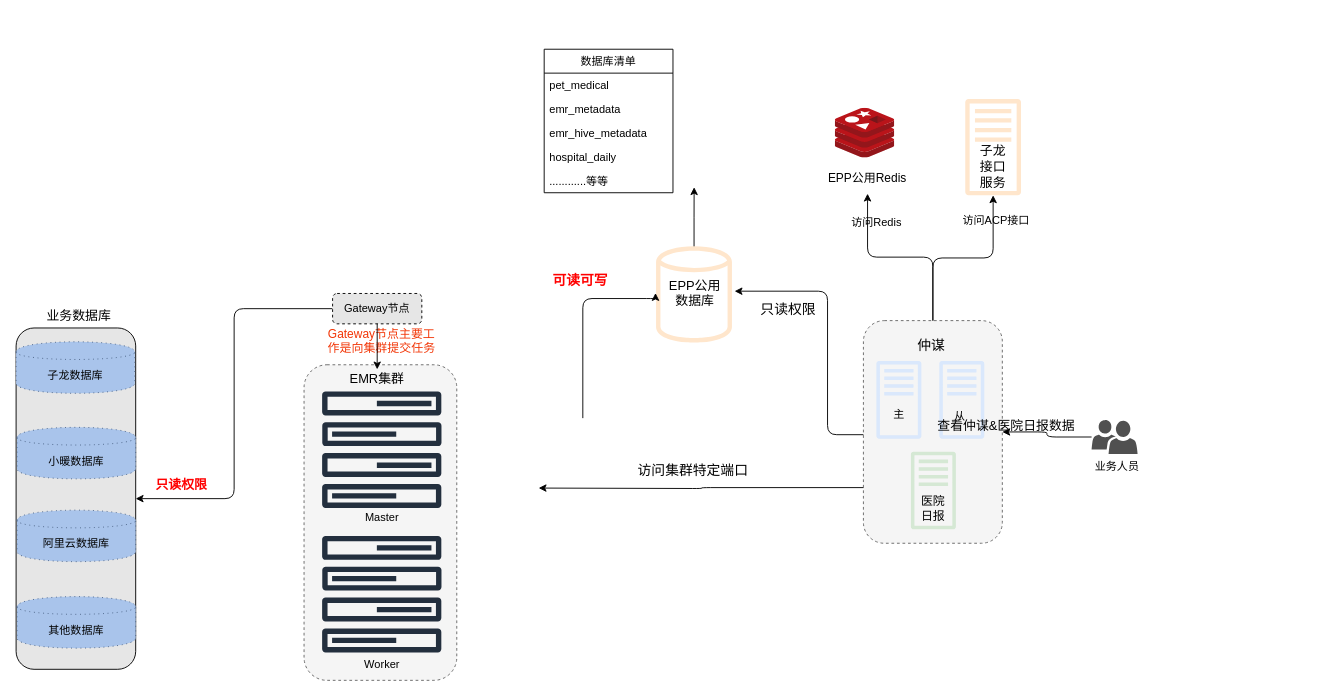
fangzheng0518/draw keeps this draw.io diagram as pet_data_warehouse/EMR数据库访问图.drawio. Above is the earlier version. Source tidied: cells renumbered, new cells numbered last; positions are measured from the earlier drawing's top-left corner, leaving out a move shared by most shapes. Both pictures are drawn from the tidied source at 92%, with x=0, y=0 at pixel (16, 49).
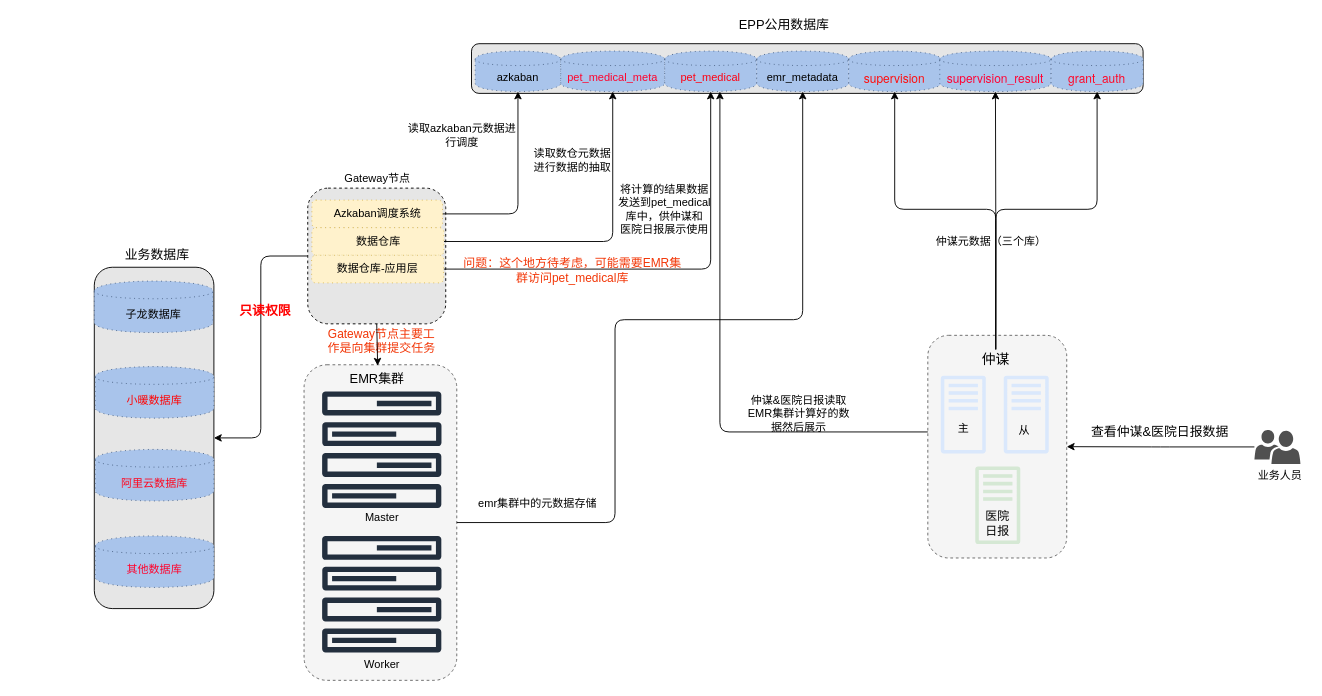
Above is the later version.

Commit message (it also covers changes not shown here):
更新EMR数据库访问图.drawio

Unchanged cells that the change refers to:
```xml
<mxCell id="12" style="rounded=1;whiteSpace=wrap;html=1;dashed=1;fillColor=#f5f5f5;strokeColor=#666666;fontColor=#333333;" parent="11" vertex="1">
  <mxGeometry width="151" height="242" as="geometry" />
</mxCell>
<mxCell id="17" value="&lt;font style=&quot;font-size: 15px&quot;&gt;仲谋&lt;/font&gt;" style="text;html=1;strokeColor=none;fillColor=none;align=center;verticalAlign=middle;whiteSpace=wrap;rounded=0;dashed=1;" parent="14" vertex="1">
  <mxGeometry x="38" width="43.5" height="21.9" as="geometry" />
</mxCell>
<mxCell id="51" style="rounded=1;whiteSpace=wrap;html=1;dashed=1;fillColor=#f5f5f5;strokeColor=#666666;fontColor=#333333;" parent="50" vertex="1">
  <mxGeometry width="166" height="343" as="geometry" />
</mxCell>
<mxCell id="52" value="&lt;font style=&quot;font-size: 14px&quot;&gt;EMR集群&lt;/font&gt;" style="text;html=1;strokeColor=none;fillColor=none;align=center;verticalAlign=middle;whiteSpace=wrap;rounded=0;dashed=1;" parent="50" vertex="1">
  <mxGeometry x="45" y="5" width="69" height="20" as="geometry" />
</mxCell>
```

The edit, as a diff of the source:
```diff
@@
-    <mxCell id="2" style="group;" parent="1" vertex="1">
-      <mxGeometry x="1019" y="54" width="86" height="105" as="geometry" />
-    </mxCell>
-    <mxCell id="3" style="outlineConnect=0;fillColor=#ffe6cc;strokeColor=#d79b00;dashed=0;verticalLabelPosition=bottom;verticalAlign=top;align=center;html=1;fontSize=12;fontStyle=0;shape=mxgraph.aws4.traditional_server;" parent="2" vertex="1">
-      <mxGeometry x="12.7" width="60.6" height="105" as="geometry" />
-    </mxCell>
-    <mxCell id="4" value="&lt;font style=&quot;font-size: 14px&quot;&gt;子龙&lt;br&gt;接口&lt;br&gt;服务&lt;/font&gt;" style="text;html=1;strokeColor=none;fillColor=none;align=center;verticalAlign=middle;whiteSpace=wrap;rounded=0;dashed=1;" parent="2" vertex="1">
-      <mxGeometry y="64" width="86" height="20" as="geometry" />
-    </mxCell>
@@
     <mxCell id="6" value="&lt;font size=&quot;1&quot; color=&quot;#ff0000&quot;&gt;&lt;b style=&quot;font-size: 14px&quot;&gt;只读权限&lt;/b&gt;&lt;/font&gt;" style="text;html=1;strokeColor=none;fillColor=none;align=center;verticalAlign=middle;whiteSpace=wrap;rounded=0;dashed=1;" parent="1" vertex="1">
-      <mxGeometry x="144" y="463.5" width="72" height="20" as="geometry" />
+      <mxGeometry x="235" y="274" width="72" height="20" as="geometry" />
     </mxCell>
-    <mxCell id="7" style="group;" parent="1" vertex="1">
-      <mxGeometry x="695" y="212" width="86" height="109" as="geometry" />
-    </mxCell>
-    <mxCell id="8" style="group;" parent="7" vertex="1">
-      <mxGeometry width="86" height="109" as="geometry" />
-    </mxCell>
-    <mxCell id="9" style="outlineConnect=0;fillColor=#ffe6cc;strokeColor=#d79b00;dashed=0;verticalLabelPosition=bottom;verticalAlign=top;align=center;html=1;fontSize=12;fontStyle=0;shape=mxgraph.aws4.generic_database;" parent="8" vertex="1">
-      <mxGeometry x="0.6" width="82.5" height="109" as="geometry" />
-    </mxCell>
-    <mxCell id="10" value="&lt;span style=&quot;font-size: 14px&quot;&gt;EPP公用&lt;br&gt;数据库&lt;/span&gt;" style="text;html=1;strokeColor=none;fillColor=none;align=center;verticalAlign=middle;whiteSpace=wrap;rounded=0;dashed=1;" parent="8" vertex="1">
-      <mxGeometry y="43" width="86" height="20" as="geometry" />
-    </mxCell>
     <mxCell id="11" style="group;" parent="1" vertex="1">
-      <mxGeometry x="921" y="295" width="151" height="242" as="geometry" />
+      <mxGeometry x="991" y="311" width="151" height="242" as="geometry" />
     </mxCell>
@@
-    <mxCell id="23" style="group;" parent="1" vertex="1">
-      <mxGeometry x="877" y="64" width="97" height="93" as="geometry" />
-    </mxCell>
-    <mxCell id="24" style="html=1;align=center;image;fontSize=12;image=img/lib/mscae/Cache_Redis_Product.svg;dashed=1;" parent="23" vertex="1">
-      <mxGeometry x="13.4" width="64.6" height="54.3" as="geometry" />
-    </mxCell>
-    <mxCell id="25" value="&lt;font style=&quot;font-size: 13px&quot;&gt;EPP公用Redis&lt;/font&gt;" style="text;html=1;strokeColor=none;fillColor=none;align=center;verticalAlign=middle;whiteSpace=wrap;rounded=0;dashed=1;" parent="23" vertex="1">
-      <mxGeometry y="58.1" width="97" height="34.9" as="geometry" />
-    </mxCell>
-    <mxCell id="26" value="&lt;font style=&quot;font-size: 15px&quot; color=&quot;#ff0000&quot;&gt;&lt;b&gt;可读可写&lt;/b&gt;&lt;/font&gt;" style="text;html=1;strokeColor=none;fillColor=none;align=center;verticalAlign=middle;whiteSpace=wrap;rounded=0;dashed=1;" parent="1" vertex="1">
-      <mxGeometry x="574" y="241" width="79" height="20" as="geometry" />
-    </mxCell>
-    <mxCell id="27" style="edgeStyle=orthogonalEdgeStyle;rounded=1;jettySize=auto;html=1;entryX=0.5;entryY=1;entryDx=0;entryDy=0;" parent="1" edge="1" source="12" target="25">
-      <mxGeometry relative="1" as="geometry" />
-    </mxCell>
-    <mxCell id="28" style="edgeStyle=orthogonalEdgeStyle;rounded=1;jettySize=auto;html=1;" parent="1" edge="1" source="12" target="3">
-      <mxGeometry relative="1" as="geometry" />
-    </mxCell>
-    <mxCell id="29" value="访问ACP接口" style="text;html=1;strokeColor=none;fillColor=none;align=center;verticalAlign=middle;whiteSpace=wrap;rounded=0;dashed=1;" parent="1" vertex="1">
-      <mxGeometry x="1026" y="177" width="79" height="20" as="geometry" />
-    </mxCell>
-    <mxCell id="30" value="&lt;font style=&quot;font-size: 15px&quot;&gt;只读权限&lt;/font&gt;" style="text;html=1;strokeColor=none;fillColor=none;align=center;verticalAlign=middle;whiteSpace=wrap;rounded=0;dashed=1;" parent="1" vertex="1">
-      <mxGeometry x="805" y="272" width="69" height="20" as="geometry" />
-    </mxCell>
-    <mxCell id="31" value="&lt;font style=&quot;font-size: 15px&quot;&gt;访问集群特定端口&lt;/font&gt;" style="text;html=1;strokeColor=none;fillColor=none;align=center;verticalAlign=middle;whiteSpace=wrap;rounded=0;" parent="1" vertex="1">
-      <mxGeometry x="667" y="447" width="138" height="20" as="geometry" />
-    </mxCell>
-    <mxCell id="32" style="edgeStyle=orthogonalEdgeStyle;rounded=1;jettySize=auto;html=1;exitX=0;exitY=0.75;exitDx=0;exitDy=0;" parent="1" edge="1" source="12">
-      <mxGeometry relative="1" as="geometry">
-        <mxPoint x="568" y="477" as="targetPoint" />
-      </mxGeometry>
-    </mxCell>
-    <mxCell id="33" value="数据库清单" style="swimlane;fontStyle=0;horizontal=1;startSize=26;fillColor=none;" parent="1" vertex="1">
-      <mxGeometry x="574" width="140" height="156" as="geometry" />
-    </mxCell>
-    <mxCell id="34" value="pet_medical" style="text;strokeColor=none;fillColor=none;align=left;verticalAlign=top;spacingLeft=4;spacingRight=4;overflow=hidden;points=[[0,0.5],[1,0.5]];portConstraint=eastwest;" parent="33" vertex="1">
-      <mxGeometry y="26" width="140" height="26" as="geometry" />
-    </mxCell>
-    <mxCell id="35" value="emr_metadata" style="text;strokeColor=none;fillColor=none;align=left;verticalAlign=top;spacingLeft=4;spacingRight=4;overflow=hidden;points=[[0,0.5],[1,0.5]];portConstraint=eastwest;" parent="33" vertex="1">
-      <mxGeometry y="52" width="140" height="26" as="geometry" />
-    </mxCell>
-    <mxCell id="36" value="emr_hive_metadata" style="text;strokeColor=none;fillColor=none;align=left;verticalAlign=top;spacingLeft=4;spacingRight=4;overflow=hidden;" parent="33" vertex="1">
-      <mxGeometry y="78" width="140" height="26" as="geometry" />
-    </mxCell>
-    <mxCell id="37" value="hospital_daily&#10;" style="text;strokeColor=none;fillColor=none;align=left;verticalAlign=top;spacingLeft=4;spacingRight=4;overflow=hidden;" parent="33" vertex="1">
-      <mxGeometry y="104" width="140" height="26" as="geometry" />
-    </mxCell>
-    <mxCell id="38" value="............等等" style="text;strokeColor=none;fillColor=none;align=left;verticalAlign=top;spacingLeft=4;spacingRight=4;overflow=hidden;" parent="33" vertex="1">
-      <mxGeometry y="130" width="140" height="26" as="geometry" />
-    </mxCell>
-    <mxCell id="39" style="edgeStyle=orthogonalEdgeStyle;rounded=0;jettySize=auto;html=1;entryX=0.5;entryY=1;entryDx=0;entryDy=0;" parent="1" edge="1" source="9">
-      <mxGeometry relative="1" as="geometry">
-        <mxPoint x="737" y="150" as="targetPoint" />
-      </mxGeometry>
-    </mxCell>
@@
     <mxCell id="41" style="group;" parent="1" vertex="1">
-      <mxGeometry x="1169" y="403" width="56" height="60.5" as="geometry" />
+      <mxGeometry x="1346" y="413.8" width="56" height="60.5" as="geometry" />
     </mxCell>
@@
     <mxCell id="44" value="&lt;font style=&quot;font-size: 14px&quot;&gt;查看仲谋&amp;amp;医院日报数据&lt;/font&gt;" style="text;html=1;strokeColor=none;fillColor=none;align=center;verticalAlign=middle;whiteSpace=wrap;rounded=0;" parent="1" vertex="1">
-      <mxGeometry x="997" y="399" width="159" height="20" as="geometry" />
+      <mxGeometry x="1164" y="406" width="159" height="20" as="geometry" />
     </mxCell>
-    <mxCell id="45" value="访问Redis" style="text;html=1;strokeColor=none;fillColor=none;align=center;verticalAlign=middle;whiteSpace=wrap;rounded=0;dashed=1;" parent="1" vertex="1">
-      <mxGeometry x="903" y="179" width="65" height="20" as="geometry" />
-    </mxCell>
-    <mxCell id="46" style="edgeStyle=orthogonalEdgeStyle;rounded=1;jettySize=auto;html=1;entryX=0;entryY=0.5;entryDx=0;entryDy=0;" parent="1" edge="1" target="10">
-      <mxGeometry relative="1" as="geometry">
-        <mxPoint x="616" y="401" as="sourcePoint" />
-        <Array as="points">
-          <mxPoint x="616" y="401" />
-          <mxPoint x="616" y="271" />
-          <mxPoint x="695" y="271" />
-        </Array>
-      </mxGeometry>
-    </mxCell>
-    <mxCell id="47" style="edgeStyle=orthogonalEdgeStyle;rounded=1;orthogonalLoop=1;jettySize=auto;html=1;exitX=0;exitY=0.5;exitDx=0;exitDy=0;entryX=1;entryY=0.25;entryDx=0;entryDy=0;" parent="1" edge="1">
-      <mxGeometry relative="1" as="geometry">
-        <mxPoint x="921" y="419" as="sourcePoint" />
-        <mxPoint x="781" y="263" as="targetPoint" />
-        <Array as="points">
-          <mxPoint x="882" y="419" />
-          <mxPoint x="882" y="263" />
-        </Array>
-      </mxGeometry>
-    </mxCell>
@@
-    <mxCell id="49" value="Gateway节点" style="shape=ext;rounded=1;html=1;whiteSpace=wrap;dashed=1;fillColor=#E6E6E6;" parent="1" vertex="1">
-      <mxGeometry x="344" y="265.5" width="97" height="33" as="geometry" />
+    <mxCell id="49" style="shape=ext;rounded=1;html=1;whiteSpace=wrap;dashed=1;fillColor=#E6E6E6;" parent="1" vertex="1">
+      <mxGeometry x="317" y="151" width="150" height="147.5" as="geometry" />
     </mxCell>
@@
-    <mxCell id="57" style="endArrow=classic;html=1;exitX=0.5;exitY=1;exitDx=0;exitDy=0;entryX=0.5;entryY=0;entryDx=0;entryDy=0;" parent="1" edge="1" source="49" target="52">
-      <mxGeometry relative="1" as="geometry" />
+    <mxCell id="57" style="endArrow=classic;html=1;exitX=0.5;exitY=1;exitDx=0;exitDy=0;" parent="1" edge="1" source="49">
+      <mxGeometry relative="1" as="geometry">
+        <mxPoint x="393" y="344" as="targetPoint" />
+      </mxGeometry>
     </mxCell>
     <mxCell id="58" style="group;" parent="1" vertex="1">
-      <mxGeometry y="280" width="130" height="394" as="geometry" />
+      <mxGeometry x="85" y="214" width="130" height="394" as="geometry" />
     </mxCell>
@@
-    <mxCell id="62" value="小暖数据库" style="shape=cylinder;whiteSpace=wrap;html=1;boundedLbl=1;backgroundOutline=1;dashed=1;fillColor=#A9C4EB;dashPattern=1 4;strokeColor=#4C6487;" parent="58" vertex="1">
+    <mxCell id="62" value="&lt;font color=&quot;#ff0303&quot;&gt;小暖数据库&lt;/font&gt;" style="shape=cylinder;whiteSpace=wrap;html=1;boundedLbl=1;backgroundOutline=1;dashed=1;fillColor=#A9C4EB;dashPattern=1 4;strokeColor=#4C6487;" parent="58" vertex="1">
       <mxGeometry x="1" y="131" width="129" height="56" as="geometry" />
     </mxCell>
-    <mxCell id="63" value="阿里云数据库" style="shape=cylinder;whiteSpace=wrap;html=1;boundedLbl=1;backgroundOutline=1;dashed=1;fillColor=#A9C4EB;dashPattern=1 4;strokeColor=#4C6487;" parent="58" vertex="1">
+    <mxCell id="63" value="&lt;font color=&quot;#ff051e&quot;&gt;阿里云数据库&lt;/font&gt;" style="shape=cylinder;whiteSpace=wrap;html=1;boundedLbl=1;backgroundOutline=1;dashed=1;fillColor=#A9C4EB;dashPattern=1 4;strokeColor=#4C6487;" parent="58" vertex="1">
       <mxGeometry x="1" y="221" width="129" height="56" as="geometry" />
     </mxCell>
-    <mxCell id="64" value="其他数据库" style="shape=cylinder;whiteSpace=wrap;html=1;boundedLbl=1;backgroundOutline=1;dashed=1;fillColor=#A9C4EB;dashPattern=1 4;strokeColor=#4C6487;" parent="58" vertex="1">
+    <mxCell id="64" value="&lt;font color=&quot;#ff032d&quot;&gt;其他数据库&lt;/font&gt;" style="shape=cylinder;whiteSpace=wrap;html=1;boundedLbl=1;backgroundOutline=1;dashed=1;fillColor=#A9C4EB;dashPattern=1 4;strokeColor=#4C6487;" parent="58" vertex="1">
       <mxGeometry x="1" y="315" width="129" height="56" as="geometry" />
     </mxCell>
+    <mxCell id="65" style="rounded=1;whiteSpace=wrap;html=1;fillColor=#E6E6E6;" parent="1" vertex="1">
+      <mxGeometry x="495" y="-6" width="730" height="54" as="geometry" />
+    </mxCell>
+    <mxCell id="10" value="&lt;span style=&quot;font-size: 14px&quot;&gt;EPP公用&lt;/span&gt;&lt;span style=&quot;font-size: 14px&quot;&gt;数据库&lt;/span&gt;" style="text;html=1;strokeColor=none;fillColor=none;align=center;verticalAlign=middle;whiteSpace=wrap;rounded=0;dashed=1;" parent="1" vertex="1">
+      <mxGeometry x="780.2" y="-36" width="109.5" height="20" as="geometry" />
+    </mxCell>
+    <mxCell id="66" value="azkaban" style="shape=cylinder;whiteSpace=wrap;html=1;boundedLbl=1;backgroundOutline=1;dashed=1;fillColor=#A9C4EB;dashPattern=1 4;strokeColor=#4C6487;" parent="1" vertex="1">
+      <mxGeometry x="499" y="2" width="93" height="44" as="geometry" />
+    </mxCell>
+    <mxCell id="67" value="Gateway节点" style="text;html=1;strokeColor=none;fillColor=none;align=center;verticalAlign=middle;whiteSpace=wrap;rounded=0;dashed=1;dashPattern=1 4;" parent="1" vertex="1">
+      <mxGeometry x="354.5" y="131" width="76" height="20" as="geometry" />
+    </mxCell>
+    <mxCell id="68" style="edgeStyle=orthogonalEdgeStyle;rounded=1;jettySize=auto;html=1;entryX=0.5;entryY=1;entryDx=0;entryDy=0;" parent="1" edge="1" source="69" target="66">
+      <mxGeometry relative="1" as="geometry" />
+    </mxCell>
+    <mxCell id="69" value="Azkaban调度系统" style="rounded=1;whiteSpace=wrap;html=1;dashed=1;dashPattern=1 4;strokeColor=#d6b656;fillColor=#fff2cc;" parent="1" vertex="1">
+      <mxGeometry x="321.5" y="164" width="142" height="30" as="geometry" />
+    </mxCell>
+    <mxCell id="70" style="edgeStyle=orthogonalEdgeStyle;rounded=1;jettySize=auto;html=1;entryX=0.5;entryY=1;entryDx=0;entryDy=0;" parent="1" edge="1" source="71" target="72">
+      <mxGeometry relative="1" as="geometry" />
+    </mxCell>
+    <mxCell id="71" value="数据仓库" style="rounded=1;whiteSpace=wrap;html=1;dashed=1;dashPattern=1 4;strokeColor=#d6b656;fillColor=#fff2cc;" parent="1" vertex="1">
+      <mxGeometry x="321.5" y="194" width="143.5" height="30" as="geometry" />
+    </mxCell>
+    <mxCell id="72" value="&lt;font color=&quot;#ff032d&quot;&gt;pet_medical_meta&lt;/font&gt;" style="shape=cylinder;whiteSpace=wrap;html=1;boundedLbl=1;backgroundOutline=1;dashed=1;fillColor=#A9C4EB;dashPattern=1 4;strokeColor=#4C6487;" parent="1" vertex="1">
+      <mxGeometry x="592" y="2" width="113" height="44" as="geometry" />
+    </mxCell>
+    <mxCell id="73" style="edgeStyle=orthogonalEdgeStyle;rounded=1;jettySize=auto;html=1;" parent="1" edge="1" source="74" target="34">
+      <mxGeometry relative="1" as="geometry" />
+    </mxCell>
+    <mxCell id="74" value="数据仓库-应用层" style="rounded=1;whiteSpace=wrap;html=1;dashed=1;dashPattern=1 4;strokeColor=#d6b656;fillColor=#fff2cc;" parent="1" vertex="1">
+      <mxGeometry x="321.2" y="224" width="143.5" height="30" as="geometry" />
+    </mxCell>
+    <mxCell id="34" value="&lt;font color=&quot;#ff0011&quot;&gt;pet_medical&lt;/font&gt;" style="shape=cylinder;whiteSpace=wrap;html=1;boundedLbl=1;backgroundOutline=1;dashed=1;fillColor=#A9C4EB;dashPattern=1 4;strokeColor=#4C6487;" parent="1" vertex="1">
+      <mxGeometry x="705" y="2" width="100" height="44" as="geometry" />
+    </mxCell>
+    <mxCell id="75" value="读取azkaban元数据进行调度" style="text;html=1;strokeColor=none;fillColor=none;align=center;verticalAlign=middle;whiteSpace=wrap;rounded=0;dashed=1;dashPattern=1 4;" parent="1" vertex="1">
+      <mxGeometry x="425" y="84" width="120" height="20" as="geometry" />
+    </mxCell>
+    <mxCell id="76" value="读取数仓元数据&lt;br&gt;进行数据的抽取" style="text;html=1;strokeColor=none;fillColor=none;align=center;verticalAlign=middle;whiteSpace=wrap;rounded=0;dashed=1;dashPattern=1 4;" parent="1" vertex="1">
+      <mxGeometry x="545" y="111" width="120" height="20" as="geometry" />
+    </mxCell>
+    <mxCell id="77" value="将计算的结果数据&lt;br&gt;发送到pet_medical&lt;br&gt;库中，供仲谋和&lt;br&gt;医院日报展示使用" style="text;html=1;strokeColor=none;fillColor=none;align=center;verticalAlign=middle;whiteSpace=wrap;rounded=0;dashed=1;dashPattern=1 4;" parent="1" vertex="1">
+      <mxGeometry x="645" y="164" width="120" height="20" as="geometry" />
+    </mxCell>
+    <mxCell id="78" style="edgeStyle=orthogonalEdgeStyle;rounded=1;jettySize=auto;html=1;" parent="1" edge="1" source="12">
+      <mxGeometry relative="1" as="geometry">
+        <mxPoint x="765" y="46" as="targetPoint" />
+        <Array as="points">
+          <mxPoint x="765" y="416" />
+        </Array>
+      </mxGeometry>
+    </mxCell>
+    <mxCell id="79" value="仲谋&amp;amp;医院日报读取EMR集群计算好的数据然后展示" style="text;html=1;strokeColor=none;fillColor=none;align=center;verticalAlign=middle;whiteSpace=wrap;rounded=0;dashed=1;dashPattern=1 4;" parent="1" vertex="1">
+      <mxGeometry x="791" y="386" width="120" height="20" as="geometry" />
+    </mxCell>
+    <mxCell id="35" value="emr_metadata" style="shape=cylinder;whiteSpace=wrap;html=1;boundedLbl=1;backgroundOutline=1;dashed=1;fillColor=#A9C4EB;dashPattern=1 4;strokeColor=#4C6487;" parent="1" vertex="1">
+      <mxGeometry x="805" y="2" width="100" height="44" as="geometry" />
+    </mxCell>
+    <mxCell id="80" style="edgeStyle=orthogonalEdgeStyle;rounded=1;jettySize=auto;html=1;entryX=0.5;entryY=1;entryDx=0;entryDy=0;" parent="1" edge="1" source="51" target="35">
+      <mxGeometry relative="1" as="geometry">
+        <Array as="points">
+          <mxPoint x="651" y="515" />
+          <mxPoint x="651" y="294" />
+          <mxPoint x="855" y="294" />
+        </Array>
+      </mxGeometry>
+    </mxCell>
+    <mxCell id="81" value="emr集群中的元数据存储" style="text;html=1;strokeColor=none;fillColor=none;align=center;verticalAlign=middle;whiteSpace=wrap;rounded=0;dashed=1;dashPattern=1 4;" parent="1" vertex="1">
+      <mxGeometry x="484" y="484" width="166" height="20" as="geometry" />
+    </mxCell>
+    <mxCell id="82" value="&lt;font color=&quot;#f23607&quot; style=&quot;font-size: 13px&quot;&gt;问题：这个地方待考虑，可能需要EMR集群访问pet_medical库&lt;/font&gt;" style="text;html=1;strokeColor=none;fillColor=none;align=center;verticalAlign=middle;whiteSpace=wrap;rounded=0;dashed=1;" parent="1" vertex="1">
+      <mxGeometry x="482" y="220" width="246" height="40" as="geometry" />
+    </mxCell>
+    <mxCell id="83" value="&lt;p class=&quot;p1&quot; style=&quot;margin: 0px ; font-stretch: normal ; font-size: 13px ; line-height: normal ; font-family: &amp;#34;helvetica neue&amp;#34;&quot;&gt;&lt;font color=&quot;#ff0d0d&quot;&gt;supervision&lt;/font&gt;&lt;/p&gt;" style="shape=cylinder;whiteSpace=wrap;html=1;boundedLbl=1;backgroundOutline=1;dashed=1;fillColor=#A9C4EB;dashPattern=1 4;strokeColor=#4C6487;" parent="1" vertex="1">
+      <mxGeometry x="905" y="2" width="100" height="44" as="geometry" />
+    </mxCell>
+    <mxCell id="84" value="&lt;p class=&quot;p1&quot; style=&quot;margin: 0px ; font-stretch: normal ; font-size: 13px ; line-height: normal ; font-family: &amp;#34;helvetica neue&amp;#34;&quot;&gt;&lt;font color=&quot;#ff0335&quot;&gt;supervision_result&lt;/font&gt;&lt;/p&gt;" style="shape=cylinder;whiteSpace=wrap;html=1;boundedLbl=1;backgroundOutline=1;dashed=1;fillColor=#A9C4EB;dashPattern=1 4;strokeColor=#4C6487;" parent="1" vertex="1">
+      <mxGeometry x="1004" y="2" width="121" height="44" as="geometry" />
+    </mxCell>
+    <mxCell id="85" value="&lt;p class=&quot;p1&quot; style=&quot;margin: 0px ; font-stretch: normal ; font-size: 13px ; line-height: normal ; font-family: &amp;#34;helvetica neue&amp;#34;&quot;&gt;&lt;font color=&quot;#ff0829&quot;&gt;grant_auth&lt;/font&gt;&lt;/p&gt;" style="shape=cylinder;whiteSpace=wrap;html=1;boundedLbl=1;backgroundOutline=1;dashed=1;fillColor=#A9C4EB;dashPattern=1 4;strokeColor=#4C6487;" parent="1" vertex="1">
+      <mxGeometry x="1125" y="2" width="100" height="44" as="geometry" />
+    </mxCell>
+    <mxCell id="86" style="edgeStyle=orthogonalEdgeStyle;rounded=1;jettySize=auto;html=1;entryX=0.5;entryY=1;entryDx=0;entryDy=0;exitX=0.5;exitY=0;exitDx=0;exitDy=0;" parent="1" edge="1" source="17" target="83">
+      <mxGeometry relative="1" as="geometry">
+        <Array as="points">
+          <mxPoint x="1065" y="174" />
+          <mxPoint x="955" y="174" />
+        </Array>
+      </mxGeometry>
+    </mxCell>
+    <mxCell id="87" style="edgeStyle=orthogonalEdgeStyle;rounded=1;jettySize=auto;html=1;exitX=0.5;exitY=0;exitDx=0;exitDy=0;" parent="1" edge="1" source="17" target="84">
+      <mxGeometry relative="1" as="geometry" />
+    </mxCell>
+    <mxCell id="88" style="edgeStyle=orthogonalEdgeStyle;rounded=1;jettySize=auto;html=1;entryX=0.5;entryY=1;entryDx=0;entryDy=0;exitX=0.5;exitY=0;exitDx=0;exitDy=0;" parent="1" edge="1" source="17" target="85">
+      <mxGeometry relative="1" as="geometry">
+        <Array as="points">
+          <mxPoint x="1065" y="174" />
+          <mxPoint x="1175" y="174" />
+        </Array>
+      </mxGeometry>
+    </mxCell>
+    <mxCell id="89" value="仲谋元数据（三个库）" style="text;html=1;strokeColor=none;fillColor=none;align=center;verticalAlign=middle;whiteSpace=wrap;rounded=0;dashed=1;dashPattern=1 4;" parent="1" vertex="1">
+      <mxGeometry x="995" y="199" width="130" height="20" as="geometry" />
+    </mxCell>
```
